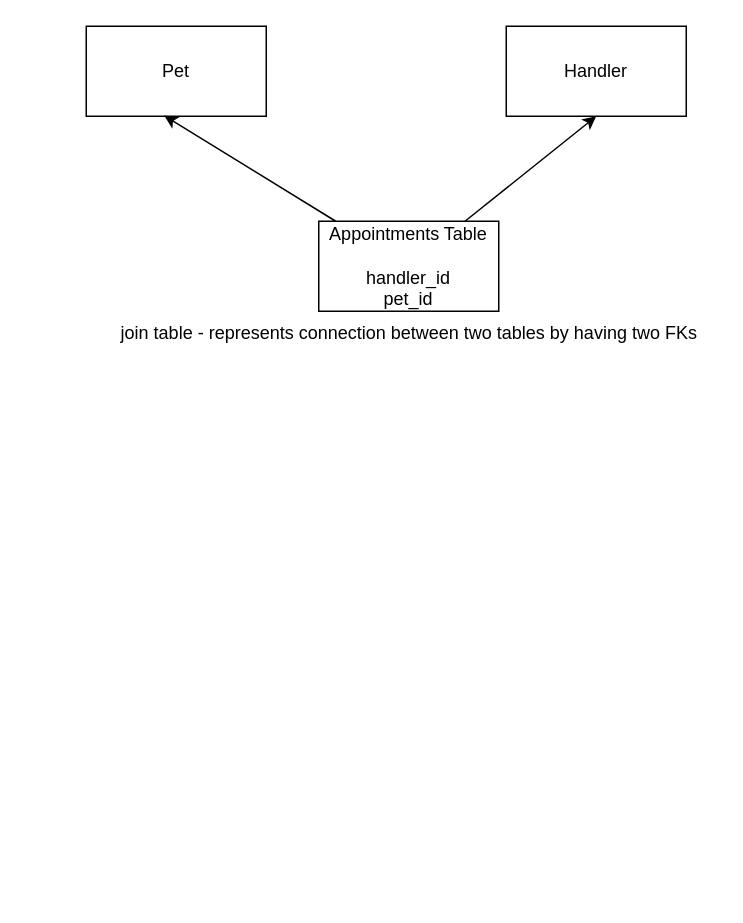
This is lib/db.drawio from rachelAtFlatiron/Phase-3-021924, a draw.io file, before an edit. Source tidied: cells renumbered, new cells numbered last; positions are measured from the earlier drawing's top-left corner, leaving out a move shared by most shapes. Both pictures are drawn from the tidied source at 150%, with x=0, y=0 at pixel (86, 26).
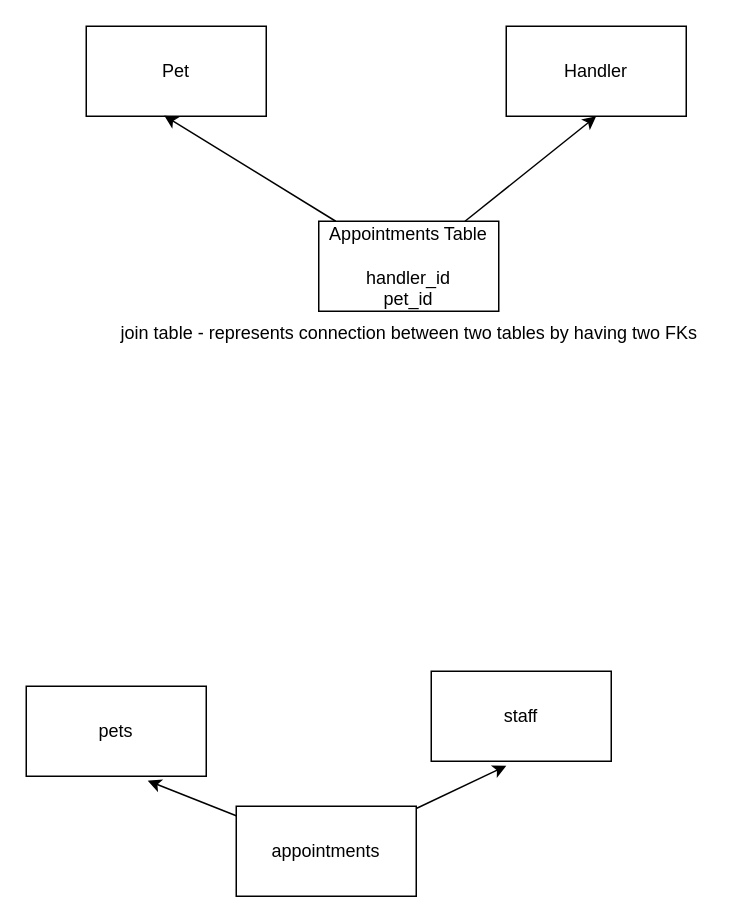
After the change.

What changed in the source:
```diff
@@
 <mxGraphModel>
   <root>
     <mxCell id="0" />
     <mxCell id="1" parent="0" />
     <mxCell id="2" value="Pet" style="whiteSpace=wrap;html=1;" parent="1" vertex="1">
       <mxGeometry width="120" height="60" as="geometry" />
     </mxCell>
     <mxCell id="3" value="Handler" style="whiteSpace=wrap;html=1;" parent="1" vertex="1">
       <mxGeometry x="280" width="120" height="60" as="geometry" />
     </mxCell>
     <mxCell id="4" style="edgeStyle=none;html=1;entryX=0.5;entryY=1;entryDx=0;entryDy=0;" parent="1" edge="1" source="6" target="3">
       <mxGeometry relative="1" as="geometry" />
     </mxCell>
     <mxCell id="5" style="edgeStyle=none;html=1;entryX=0.433;entryY=0.992;entryDx=0;entryDy=0;entryPerimeter=0;" parent="1" edge="1" source="6" target="2">
       <mxGeometry relative="1" as="geometry" />
     </mxCell>
     <mxCell id="6" value="Appointments Table&lt;br&gt;&lt;br&gt;handler_id&lt;br&gt;pet_id" style="whiteSpace=wrap;html=1;" parent="1" vertex="1">
       <mxGeometry x="155" y="130" width="120" height="60" as="geometry" />
     </mxCell>
     <mxCell id="7" value="join table - represents connection between two tables by having two FKs" style="text;html=1;align=center;verticalAlign=middle;strokeColor=none;fillColor=none;" parent="1" vertex="1">
       <mxGeometry x="10" y="190" width="410" height="30" as="geometry" />
     </mxCell>
+    <mxCell id="8" style="edgeStyle=none;html=1;entryX=0.675;entryY=1.05;entryDx=0;entryDy=0;entryPerimeter=0;" parent="1" edge="1" source="10" target="12">
+      <mxGeometry relative="1" as="geometry" />
+    </mxCell>
+    <mxCell id="9" style="edgeStyle=none;html=1;entryX=0.417;entryY=1.05;entryDx=0;entryDy=0;entryPerimeter=0;" parent="1" edge="1" source="10" target="11">
+      <mxGeometry relative="1" as="geometry" />
+    </mxCell>
+    <mxCell id="10" value="appointments" style="whiteSpace=wrap;html=1;" parent="1" vertex="1">
+      <mxGeometry x="100" y="520" width="120" height="60" as="geometry" />
+    </mxCell>
+    <mxCell id="11" value="staff" style="whiteSpace=wrap;html=1;" parent="1" vertex="1">
+      <mxGeometry x="230" y="430" width="120" height="60" as="geometry" />
+    </mxCell>
+    <mxCell id="12" value="pets" style="whiteSpace=wrap;html=1;" parent="1" vertex="1">
+      <mxGeometry x="-40" y="440" width="120" height="60" as="geometry" />
+    </mxCell>
   </root>
 </mxGraphModel>
```
